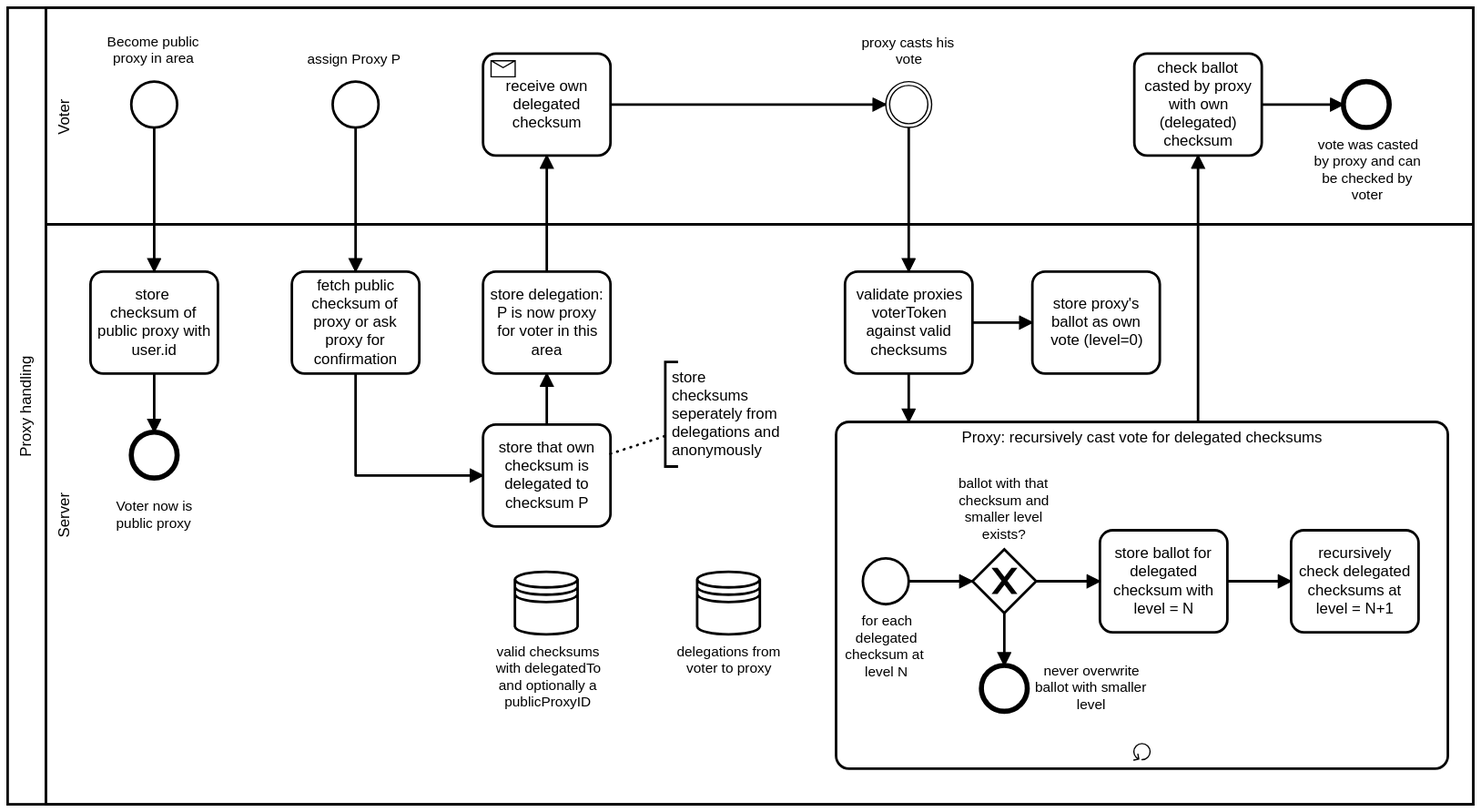
Above: doc/Assign and remove proxy BPMN.svg in Doogiemuc/liquido-vue-frontend (BPMN), before the change. Its source is kept beside it as doc/Assign and remove proxy BPMN.bpmn. Ids are renumbered.
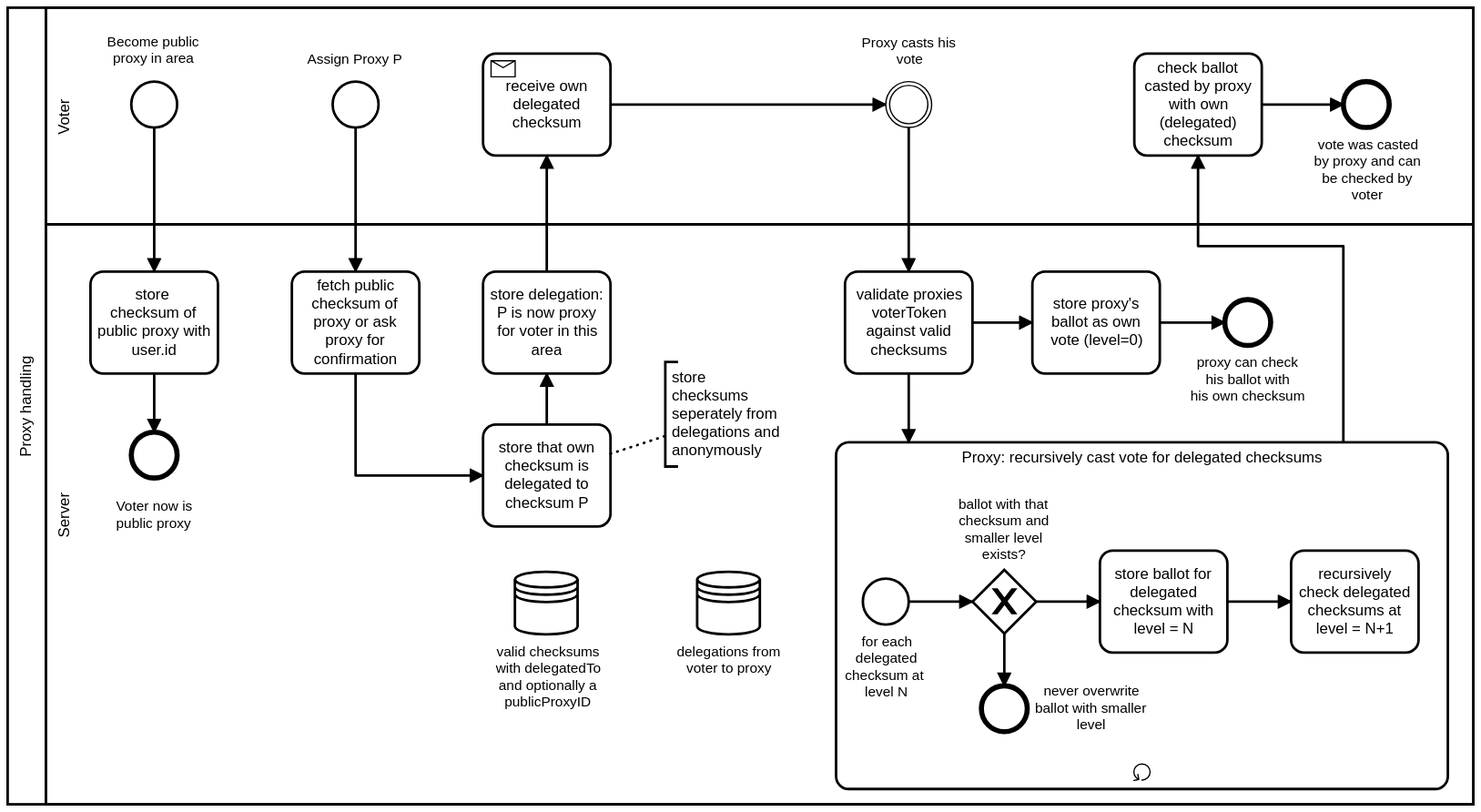
The same diagram one commit later.

The edit, as a diff of the source:
```diff
@@ -20,6 +20,7 @@
         <bpmn:flowNodeRef>Task_n18</bpmn:flowNodeRef>
         <bpmn:flowNodeRef>EndEvent_n19</bpmn:flowNodeRef>
         <bpmn:flowNodeRef>Task_n20</bpmn:flowNodeRef>
+        <bpmn:flowNodeRef>EndEvent_n47</bpmn:flowNodeRef>
         <bpmn:flowNodeRef>SubProcess_n21</bpmn:flowNodeRef>
       </bpmn:lane>
     </bpmn:laneSet>
@@ -51,7 +52,7 @@
       <bpmn:incoming>SequenceFlow_n28</bpmn:incoming>
       <bpmn:outgoing>SequenceFlow_n26</bpmn:outgoing>
     </bpmn:task>
-    <bpmn:intermediateThrowEvent id="IntermediateThrowEvent_n10" name="proxy casts his vote">
+    <bpmn:intermediateThrowEvent id="IntermediateThrowEvent_n10" name="Proxy casts his vote">
       <bpmn:incoming>SequenceFlow_n25</bpmn:incoming>
       <bpmn:outgoing>SequenceFlow_n29</bpmn:outgoing>
     </bpmn:intermediateThrowEvent>
@@ -60,9 +61,36 @@
       <bpmn:outgoing>SequenceFlow_n30</bpmn:outgoing>
       <bpmn:outgoing>SequenceFlow_n31</bpmn:outgoing>
     </bpmn:task>
-    <bpmn:startEvent id="StartEvent_n11" name="assign Proxy P">
+    <bpmn:startEvent id="StartEvent_n11" name="Assign Proxy P">
       <bpmn:outgoing>SequenceFlow_n28</bpmn:outgoing>
     </bpmn:startEvent>
+    <bpmn:sequenceFlow id="SequenceFlow_n24" sourceRef="Task_n16" targetRef="Task_n7" />
+    <bpmn:sequenceFlow id="SequenceFlow_n25" sourceRef="Task_n7" targetRef="IntermediateThrowEvent_n10" />
+    <bpmn:sequenceFlow id="SequenceFlow_n26" sourceRef="Task_n17" targetRef="Task_n15" />
+    <bpmn:sequenceFlow id="SequenceFlow_n27" sourceRef="Task_n15" targetRef="Task_n16" />
+    <bpmn:sequenceFlow id="SequenceFlow_n28" sourceRef="StartEvent_n11" targetRef="Task_n17" />
+    <bpmn:sequenceFlow id="SequenceFlow_n42" sourceRef="Task_n8" targetRef="EndEvent_n12" />
+    <bpmn:sequenceFlow id="SequenceFlow_n29" sourceRef="IntermediateThrowEvent_n10" targetRef="Task_n18" />
+    <bpmn:sequenceFlow id="SequenceFlow_n30" sourceRef="Task_n18" targetRef="SubProcess_n21" />
+    <bpmn:dataStoreReference id="DataStoreReference_n43" name="valid checksums with delegatedTo and optionally a publicProxyID" />
+    <bpmn:dataStoreReference id="DataStoreReference_n44" name="delegations from voter to proxy" />
+    <bpmn:endEvent id="EndEvent_n12" name="vote was casted by proxy and can be checked by voter">
+      <bpmn:incoming>SequenceFlow_n42</bpmn:incoming>
+    </bpmn:endEvent>
+    <bpmn:sequenceFlow id="SequenceFlow_n31" sourceRef="Task_n18" targetRef="Task_n20" />
+    <bpmn:task id="Task_n8" name="check ballot casted by proxy with own (delegated) checksum">
+      <bpmn:incoming>SequenceFlow_n32</bpmn:incoming>
+      <bpmn:outgoing>SequenceFlow_n42</bpmn:outgoing>
+    </bpmn:task>
+    <bpmn:sequenceFlow id="SequenceFlow_n32" sourceRef="SubProcess_n21" targetRef="Task_n8" />
+    <bpmn:task id="Task_n20" name="store proxy&#39;s ballot as own vote (level=0)">
+      <bpmn:incoming>SequenceFlow_n31</bpmn:incoming>
+      <bpmn:outgoing>SequenceFlow_n48</bpmn:outgoing>
+    </bpmn:task>
+    <bpmn:sequenceFlow id="SequenceFlow_n48" sourceRef="Task_n20" targetRef="EndEvent_n47" />
+    <bpmn:endEvent id="EndEvent_n47" name="proxy can check his ballot with his own checksum">
+      <bpmn:incoming>SequenceFlow_n48</bpmn:incoming>
+    </bpmn:endEvent>
     <bpmn:subProcess id="SubProcess_n21" name="Proxy: recursively cast vote for delegated checksums">
       <bpmn:incoming>SequenceFlow_n30</bpmn:incoming>
       <bpmn:outgoing>SequenceFlow_n32</bpmn:outgoing>
@@ -90,28 +118,6 @@
       </bpmn:task>
       <bpmn:sequenceFlow id="SequenceFlow_n39" sourceRef="Task_n38" targetRef="Task_n41" />
     </bpmn:subProcess>
-    <bpmn:sequenceFlow id="SequenceFlow_n24" sourceRef="Task_n16" targetRef="Task_n7" />
-    <bpmn:sequenceFlow id="SequenceFlow_n25" sourceRef="Task_n7" targetRef="IntermediateThrowEvent_n10" />
-    <bpmn:sequenceFlow id="SequenceFlow_n26" sourceRef="Task_n17" targetRef="Task_n15" />
-    <bpmn:sequenceFlow id="SequenceFlow_n27" sourceRef="Task_n15" targetRef="Task_n16" />
-    <bpmn:sequenceFlow id="SequenceFlow_n28" sourceRef="StartEvent_n11" targetRef="Task_n17" />
-    <bpmn:sequenceFlow id="SequenceFlow_n42" sourceRef="Task_n8" targetRef="EndEvent_n12" />
-    <bpmn:sequenceFlow id="SequenceFlow_n29" sourceRef="IntermediateThrowEvent_n10" targetRef="Task_n18" />
-    <bpmn:sequenceFlow id="SequenceFlow_n30" sourceRef="Task_n18" targetRef="SubProcess_n21" />
-    <bpmn:dataStoreReference id="DataStoreReference_n43" name="valid checksums with delegatedTo and optionally a publicProxyID" />
-    <bpmn:dataStoreReference id="DataStoreReference_n44" name="delegations from voter to proxy" />
-    <bpmn:endEvent id="EndEvent_n12" name="vote was casted by proxy and can be checked by voter">
-      <bpmn:incoming>SequenceFlow_n42</bpmn:incoming>
-    </bpmn:endEvent>
-    <bpmn:sequenceFlow id="SequenceFlow_n31" sourceRef="Task_n18" targetRef="Task_n20" />
-    <bpmn:task id="Task_n8" name="check ballot casted by proxy with own (delegated) checksum">
-      <bpmn:incoming>SequenceFlow_n32</bpmn:incoming>
-      <bpmn:outgoing>SequenceFlow_n42</bpmn:outgoing>
-    </bpmn:task>
-    <bpmn:sequenceFlow id="SequenceFlow_n32" sourceRef="SubProcess_n21" targetRef="Task_n8" />
-    <bpmn:task id="Task_n20" name="store proxy&#39;s ballot as own vote (level=0)">
-      <bpmn:incoming>SequenceFlow_n31</bpmn:incoming>
-    </bpmn:task>
     <bpmn:association id="Association_n45" sourceRef="Task_n15" targetRef="TextAnnotation_n46" />
     <bpmn:textAnnotation id="TextAnnotation_n46">
       <bpmn:text>store checksums seperately from delegations and anonymously</bpmn:text>
@@ -181,7 +187,7 @@
       <bpmndi:BPMNShape id="IntermediateThrowEvent_n10_di" bpmnElement="IntermediateThrowEvent_n10">
         <dc:Bounds x="710" y="75" width="36" height="36" />
         <bpmndi:BPMNLabel>
-          <dc:Bounds x="691" y="38" width="74" height="27" />
+          <dc:Bounds x="691" y="38" width="75" height="27" />
         </bpmndi:BPMNLabel>
       </bpmndi:BPMNShape>
       <bpmndi:BPMNEdge id="SequenceFlow_n25_di" bpmnElement="SequenceFlow_n25">
@@ -239,51 +245,51 @@
         <di:waypoint x="728" y="224" />
       </bpmndi:BPMNEdge>
       <bpmndi:BPMNShape id="SubProcess_n21_di" bpmnElement="SubProcess_n21" isExpanded="true">
-        <dc:Bounds x="671" y="342" width="480" height="272" />
+        <dc:Bounds x="671" y="358" width="480" height="272" />
       </bpmndi:BPMNShape>
       <bpmndi:BPMNEdge id="SequenceFlow_n30_di" bpmnElement="SequenceFlow_n30">
         <di:waypoint x="728" y="304" />
-        <di:waypoint x="728" y="342" />
+        <di:waypoint x="728" y="358" />
       </bpmndi:BPMNEdge>
       <bpmndi:BPMNShape id="StartEvent_n33_di" bpmnElement="StartEvent_n33">
-        <dc:Bounds x="692" y="449" width="36" height="36" />
+        <dc:Bounds x="692" y="465" width="36" height="36" />
         <bpmndi:BPMNLabel>
-          <dc:Bounds x="678" y="492" width="65" height="53" />
+          <dc:Bounds x="678" y="508" width="65" height="53" />
         </bpmndi:BPMNLabel>
       </bpmndi:BPMNShape>
       <bpmndi:BPMNShape id="ExclusiveGateway_n35_di" bpmnElement="ExclusiveGateway_n35" isMarkerVisible="true">
-        <dc:Bounds x="778" y="442" width="50" height="50" />
+        <dc:Bounds x="778" y="458" width="50" height="50" />
         <bpmndi:BPMNLabel>
-          <dc:Bounds x="767" y="384" width="72" height="53" />
+          <dc:Bounds x="767" y="400" width="72" height="53" />
         </bpmndi:BPMNLabel>
       </bpmndi:BPMNShape>
       <bpmndi:BPMNEdge id="SequenceFlow_n34_di" bpmnElement="SequenceFlow_n34">
-        <di:waypoint x="728" y="467" />
-        <di:waypoint x="778" y="467" />
+        <di:waypoint x="728" y="483" />
+        <di:waypoint x="778" y="483" />
       </bpmndi:BPMNEdge>
       <bpmndi:BPMNShape id="Task_n38_di" bpmnElement="Task_n38">
-        <dc:Bounds x="878" y="427" width="100" height="80" />
+        <dc:Bounds x="878" y="443" width="100" height="80" />
       </bpmndi:BPMNShape>
       <bpmndi:BPMNEdge id="SequenceFlow_n36_di" bpmnElement="SequenceFlow_n36">
-        <di:waypoint x="828" y="467" />
-        <di:waypoint x="878" y="467" />
+        <di:waypoint x="828" y="483" />
+        <di:waypoint x="878" y="483" />
       </bpmndi:BPMNEdge>
       <bpmndi:BPMNShape id="EndEvent_n40_di" bpmnElement="EndEvent_n40">
-        <dc:Bounds x="785" y="533" width="36" height="36" />
+        <dc:Bounds x="785" y="549" width="36" height="36" />
         <bpmndi:BPMNLabel>
-          <dc:Bounds x="827" y="531" width="89" height="40" />
+          <dc:Bounds x="827" y="547" width="89" height="40" />
         </bpmndi:BPMNLabel>
       </bpmndi:BPMNShape>
       <bpmndi:BPMNEdge id="SequenceFlow_n37_di" bpmnElement="SequenceFlow_n37">
-        <di:waypoint x="803" y="492" />
-        <di:waypoint x="803" y="533" />
+        <di:waypoint x="803" y="508" />
+        <di:waypoint x="803" y="549" />
       </bpmndi:BPMNEdge>
       <bpmndi:BPMNShape id="Task_n41_di" bpmnElement="Task_n41">
-        <dc:Bounds x="1028" y="427" width="100" height="80" />
+        <dc:Bounds x="1028" y="443" width="100" height="80" />
       </bpmndi:BPMNShape>
       <bpmndi:BPMNEdge id="SequenceFlow_n39_di" bpmnElement="SequenceFlow_n39">
-        <di:waypoint x="978" y="467" />
-        <di:waypoint x="1028" y="467" />
+        <di:waypoint x="978" y="483" />
+        <di:waypoint x="1028" y="483" />
       </bpmndi:BPMNEdge>
       <bpmndi:BPMNShape id="Task_n20_di" bpmnElement="Task_n20">
         <dc:Bounds x="825" y="224" width="100" height="80" />
@@ -293,8 +299,20 @@
         <di:waypoint x="825" y="264" />
       </bpmndi:BPMNEdge>
       <bpmndi:BPMNEdge id="SequenceFlow_n32_di" bpmnElement="SequenceFlow_n32">
-        <di:waypoint x="955" y="342" />
+        <di:waypoint x="1069" y="358" />
+        <di:waypoint x="1069" y="204" />
+        <di:waypoint x="955" y="204" />
         <di:waypoint x="955" y="133" />
+      </bpmndi:BPMNEdge>
+      <bpmndi:BPMNShape id="EndEvent_n47_di" bpmnElement="EndEvent_n47">
+        <dc:Bounds x="976" y="246" width="36" height="36" />
+        <bpmndi:BPMNLabel>
+          <dc:Bounds x="949" y="289" width="90" height="40" />
+        </bpmndi:BPMNLabel>
+      </bpmndi:BPMNShape>
+      <bpmndi:BPMNEdge id="SequenceFlow_n48_di" bpmnElement="SequenceFlow_n48">
+        <di:waypoint x="925" y="264" />
+        <di:waypoint x="976" y="264" />
       </bpmndi:BPMNEdge>
     </bpmndi:BPMNPlane>
   </bpmndi:BPMNDiagram>
```
